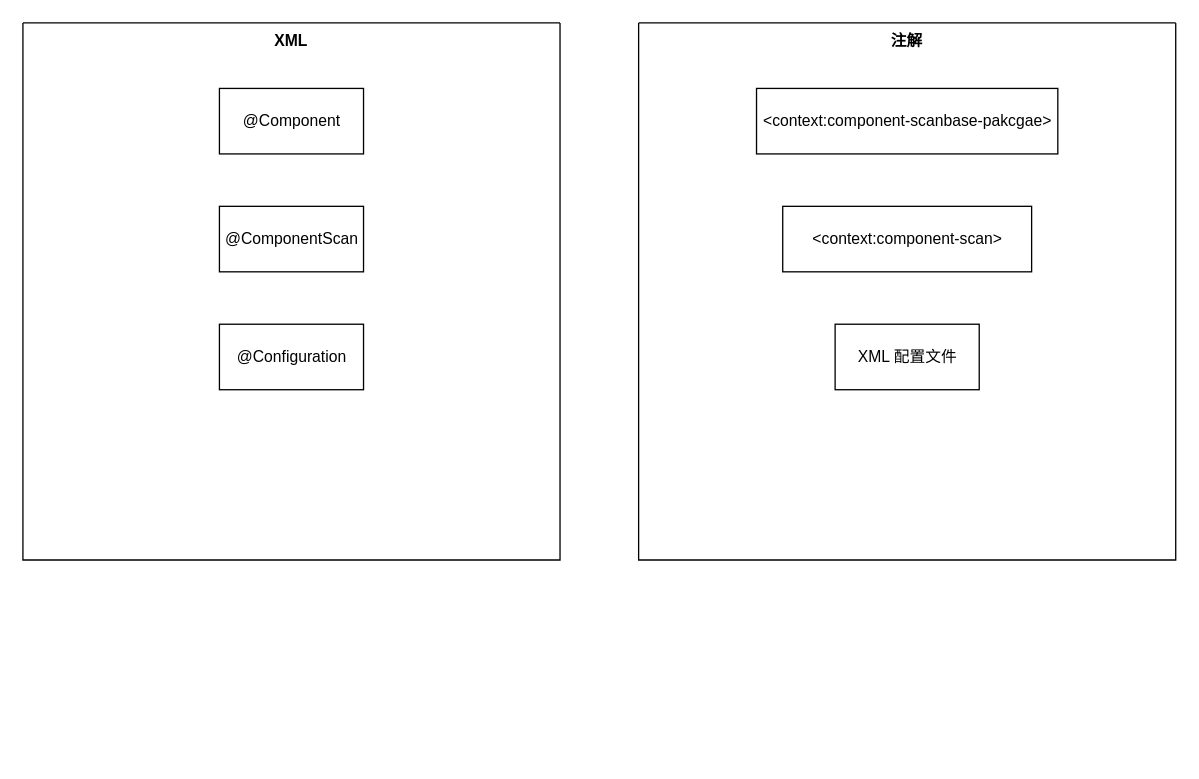
The draw.io diagram page "注解与XML标签" (5 of 7) of spring-boot-2.x-samples/first-app-by-gui/Spring Boot.drawio in mawen12/spring-boot-examples, before the edit. Source tidied: cells renumbered, new cells numbered last; positions are measured from the earlier drawing's top-left corner, leaving out a move shared by most shapes. Both pictures are drawn from the tidied source at 131%, with x=0, y=0 at pixel (22, 22).
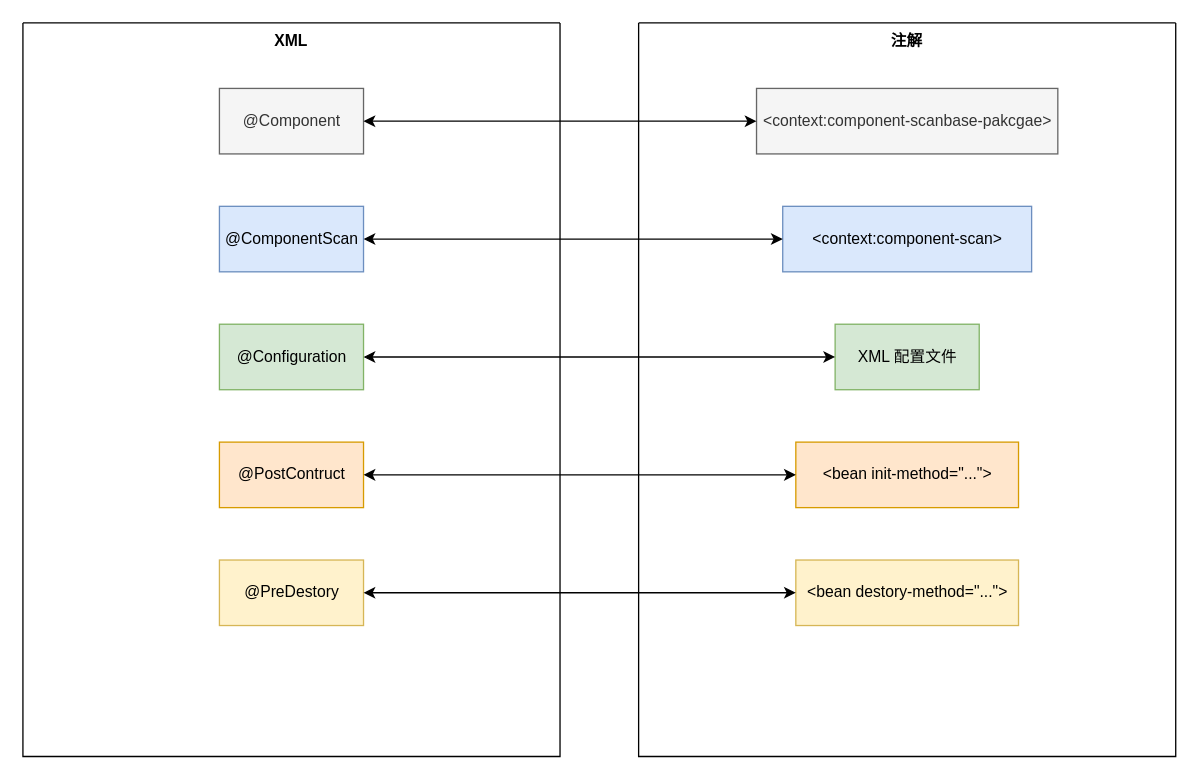
The same page after the edit.

The edit, as a diff of the source:
```diff
@@
 <mxGraphModel>
   <root>
     <mxCell id="0" />
     <mxCell id="1" parent="0" />
     <mxCell id="2" value="XML" style="swimlane;startSize=0;verticalAlign=top;" parent="1" vertex="1">
-      <mxGeometry width="410" height="410" as="geometry" />
+      <mxGeometry width="410" height="560" as="geometry" />
     </mxCell>
-    <mxCell id="3" value="@Component" style="html=1;" parent="2" vertex="1">
+    <mxCell id="3" value="@Component" style="html=1;fillColor=#f5f5f5;fontColor=#333333;strokeColor=#666666;" parent="2" vertex="1">
       <mxGeometry x="150" y="50" width="110" height="50" as="geometry" />
     </mxCell>
-    <mxCell id="4" value="@ComponentScan" style="html=1;" parent="2" vertex="1">
+    <mxCell id="4" value="@ComponentScan" style="html=1;fillColor=#dae8fc;strokeColor=#6c8ebf;" parent="2" vertex="1">
       <mxGeometry x="150" y="140" width="110" height="50" as="geometry" />
     </mxCell>
-    <mxCell id="5" value="@Configuration" style="html=1;" parent="2" vertex="1">
+    <mxCell id="5" value="@Configuration" style="html=1;fillColor=#d5e8d4;strokeColor=#82b366;" parent="2" vertex="1">
       <mxGeometry x="150" y="230" width="110" height="50" as="geometry" />
     </mxCell>
+    <mxCell id="10" value="@PostContruct" style="html=1;fillColor=#ffe6cc;strokeColor=#d79b00;" parent="2" vertex="1">
+      <mxGeometry x="150" y="320" width="110" height="50" as="geometry" />
+    </mxCell>
+    <mxCell id="11" value="@PreDestory" style="html=1;fillColor=#fff2cc;strokeColor=#d6b656;" parent="2" vertex="1">
+      <mxGeometry x="150" y="410" width="110" height="50" as="geometry" />
+    </mxCell>
     <mxCell id="6" value="注解" style="swimlane;startSize=0;verticalAlign=top;" parent="1" vertex="1">
-      <mxGeometry x="470" width="410" height="410" as="geometry" />
+      <mxGeometry x="470" width="410" height="560" as="geometry" />
     </mxCell>
-    <mxCell id="7" value="&amp;lt;context:component-scanbase-pakcgae&amp;gt;" style="html=1;" parent="6" vertex="1">
+    <mxCell id="7" value="&amp;lt;context:component-scanbase-pakcgae&amp;gt;" style="html=1;fillColor=#f5f5f5;fontColor=#333333;strokeColor=#666666;" parent="6" vertex="1">
       <mxGeometry x="90" y="50" width="230" height="50" as="geometry" />
     </mxCell>
-    <mxCell id="8" value="&amp;lt;context:component-scan&amp;gt;" style="html=1;" parent="6" vertex="1">
+    <mxCell id="8" value="&amp;lt;context:component-scan&amp;gt;" style="html=1;fillColor=#dae8fc;strokeColor=#6c8ebf;" parent="6" vertex="1">
       <mxGeometry x="110" y="140" width="190" height="50" as="geometry" />
     </mxCell>
-    <mxCell id="9" value="XML 配置文件" style="html=1;" parent="6" vertex="1">
+    <mxCell id="9" value="XML 配置文件" style="html=1;fillColor=#d5e8d4;strokeColor=#82b366;" parent="6" vertex="1">
       <mxGeometry x="150" y="230" width="110" height="50" as="geometry" />
     </mxCell>
+    <mxCell id="12" value="&amp;lt;bean init-method=&quot;...&quot;&amp;gt;" style="html=1;fillColor=#ffe6cc;strokeColor=#d79b00;" parent="6" vertex="1">
+      <mxGeometry x="120" y="320" width="170" height="50" as="geometry" />
+    </mxCell>
+    <mxCell id="13" value="&amp;lt;bean destory-method=&quot;...&quot;&amp;gt;" style="html=1;fillColor=#fff2cc;strokeColor=#d6b656;" parent="6" vertex="1">
+      <mxGeometry x="120" y="410" width="170" height="50" as="geometry" />
+    </mxCell>
+    <mxCell id="14" style="edgeStyle=orthogonalEdgeStyle;rounded=0;jettySize=auto;html=1;exitX=1;exitY=0.5;exitDx=0;exitDy=0;entryX=0;entryY=0.5;entryDx=0;entryDy=0;startArrow=classic;startFill=1;" parent="1" edge="1" source="3" target="7">
+      <mxGeometry relative="1" as="geometry" />
+    </mxCell>
+    <mxCell id="15" style="edgeStyle=orthogonalEdgeStyle;rounded=0;jettySize=auto;html=1;exitX=1;exitY=0.5;exitDx=0;exitDy=0;entryX=0;entryY=0.5;entryDx=0;entryDy=0;startArrow=classic;startFill=1;" parent="1" edge="1" source="4" target="8">
+      <mxGeometry relative="1" as="geometry" />
+    </mxCell>
+    <mxCell id="16" style="edgeStyle=orthogonalEdgeStyle;rounded=0;jettySize=auto;html=1;exitX=1;exitY=0.5;exitDx=0;exitDy=0;entryX=0;entryY=0.5;entryDx=0;entryDy=0;startArrow=classic;startFill=1;" parent="1" edge="1" source="5" target="9">
+      <mxGeometry relative="1" as="geometry" />
+    </mxCell>
+    <mxCell id="17" style="edgeStyle=orthogonalEdgeStyle;rounded=0;jettySize=auto;html=1;exitX=1;exitY=0.5;exitDx=0;exitDy=0;entryX=0;entryY=0.5;entryDx=0;entryDy=0;startArrow=classic;startFill=1;" parent="1" edge="1" source="10" target="12">
+      <mxGeometry relative="1" as="geometry" />
+    </mxCell>
+    <mxCell id="18" style="edgeStyle=orthogonalEdgeStyle;rounded=0;jettySize=auto;html=1;exitX=1;exitY=0.5;exitDx=0;exitDy=0;entryX=0;entryY=0.5;entryDx=0;entryDy=0;startArrow=classic;startFill=1;" parent="1" edge="1" source="11" target="13">
+      <mxGeometry relative="1" as="geometry" />
+    </mxCell>
   </root>
 </mxGraphModel>
```
